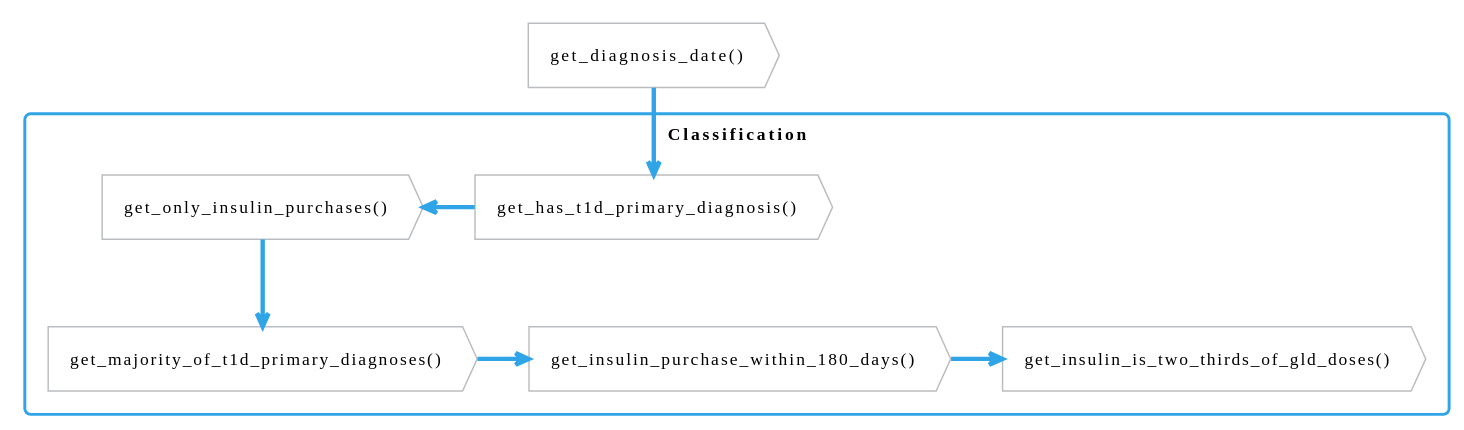
steno-aarhus/osdc keeps this PlantUML diagram as vignettes/images/function-flow-classification.svg. Above is the earlier version.
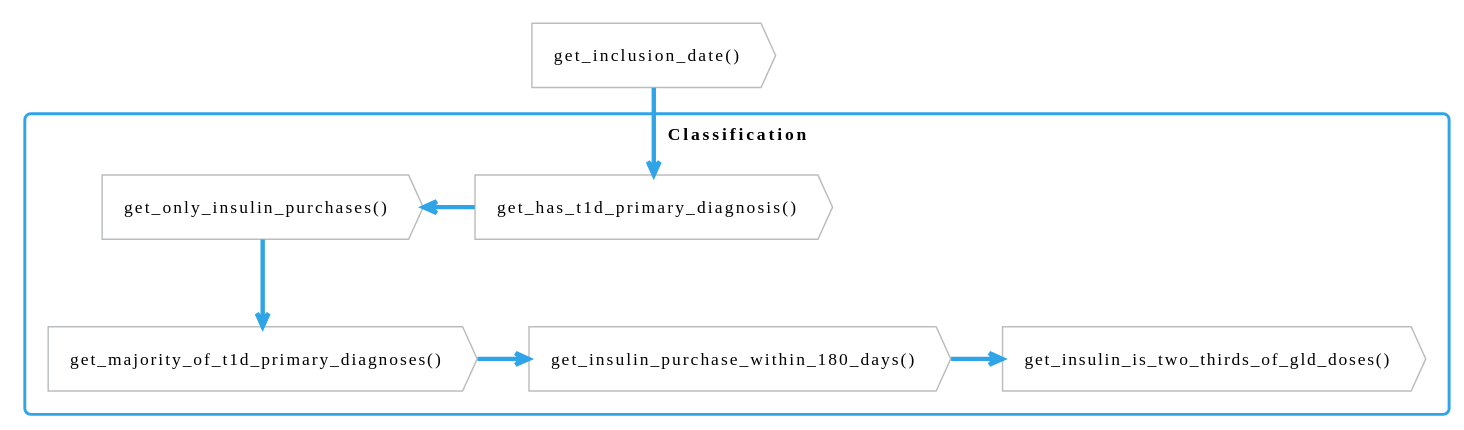
The same file after the commit.

Diff of the diagram source:
```diff
@@ -13,7 +13,7 @@
 </style>
 
 
-    action "get_diagnosis_date()" as diagnosis_date
+    action "get_inclusion_date()" as inclusion_date
 
     rectangle Classification {
         action "get_has_t1d_primary_diagnosis()" as t1d_diagnosis
@@ -23,10 +23,9 @@
         action "get_insulin_is_two_thirds_of_gld_doses()" as insulin_is_two_thirds
     }
 
-    diagnosis_date --> t1d_diagnosis
+    inclusion_date --> t1d_diagnosis
     t1d_diagnosis -l-> only_insulins
     only_insulins -d-> t1d_diagnosis_majority
     t1d_diagnosis_majority -r-> insulin_within_180_days
     insulin_within_180_days -r-> insulin_is_two_thirds
-
 @enduml
```
